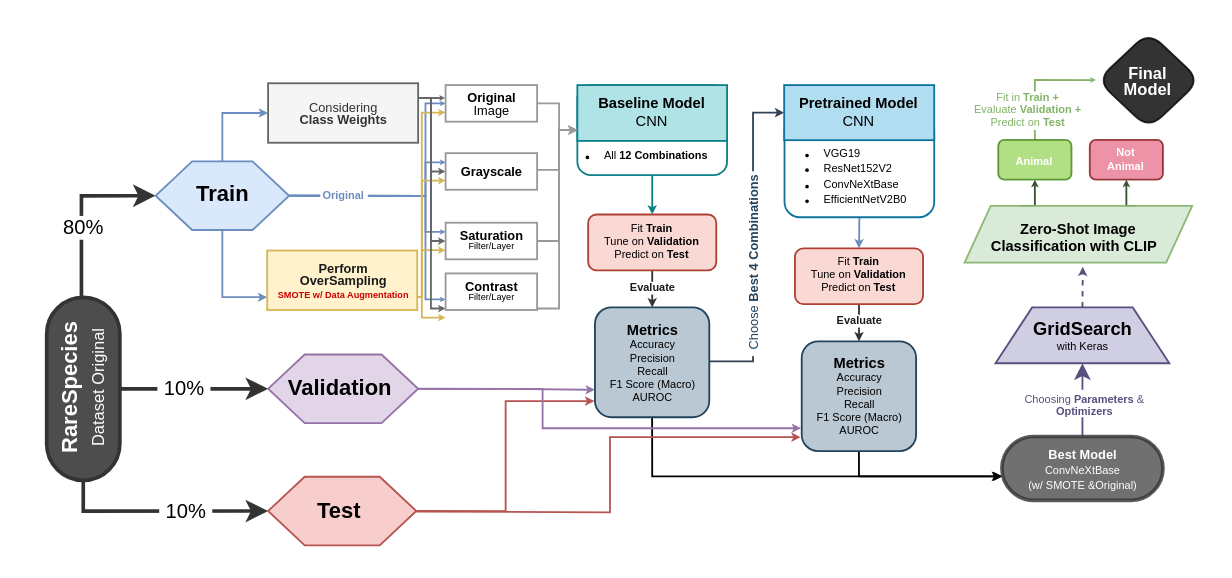
Above: ReportSchemas/DL_ModelingFlowchart_final.drawio.xml in Silvestre17/DL_RareSpecies_ImageClassification_MasterProject (draw.io), before the change. Source tidied: cells renumbered, new cells numbered last; positions are measured from the earlier drawing's top-left corner, leaving out a move shared by most shapes. Both pictures are drawn from the tidied source at 183%, with x=0, y=0 at pixel (-9, 31).
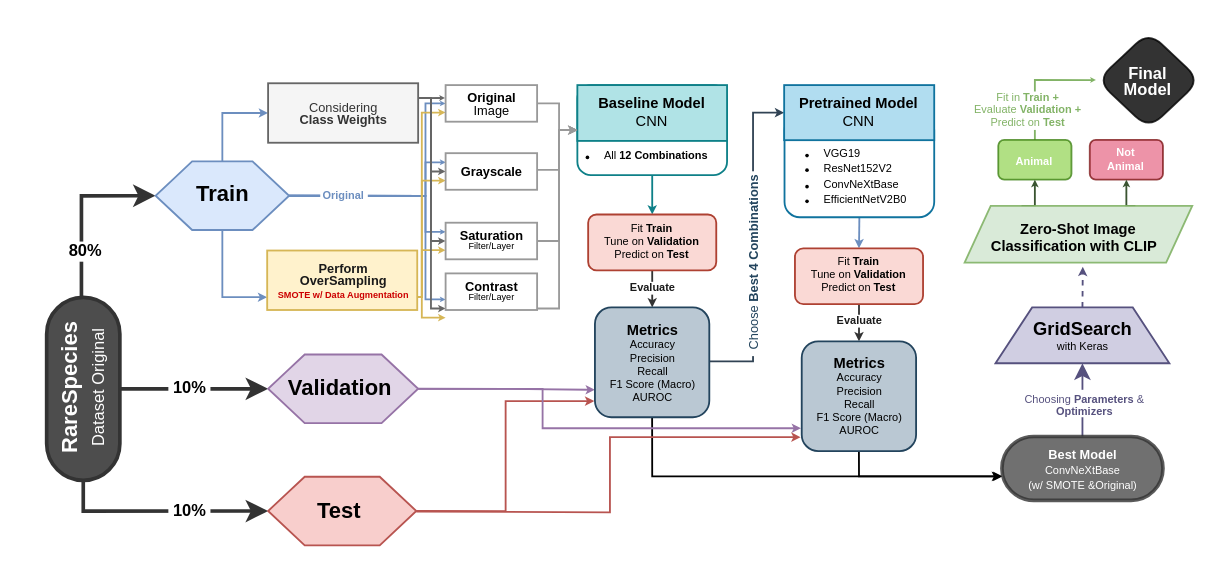
The same diagram, later.

The change refers to these unchanged cells:
```xml
<mxCell id="7" style="edgeStyle=orthogonalEdgeStyle;html=1;strokeColor=#333333;entryX=0;entryY=0.5;entryDx=0;entryDy=0;rounded=0;exitX=0.5;exitY=0.5;exitDx=0;exitDy=-20;exitPerimeter=0;dashed=0;strokeWidth=2;align=center;verticalAlign=middle;fontFamily=Helvetica;fontSize=12;fontColor=#FFFFFF;fillColor=#4D4D4D;" parent="1" edge="1" source="13" target="20">
  <mxGeometry relative="1" as="geometry">
    <Array as="points">
      <mxPoint x="49" y="195" />
      <mxPoint x="49" y="89" />
      <mxPoint x="90" y="89" />
    </Array>
  </mxGeometry>
</mxCell>
<mxCell id="9" style="edgeStyle=orthogonalEdgeStyle;rounded=0;html=1;exitX=0.5;exitY=0.5;exitDx=0;exitDy=20;exitPerimeter=0;entryX=0;entryY=0.5;entryDx=0;entryDy=0;strokeColor=#333333;dashed=0;strokeWidth=2;align=center;verticalAlign=middle;fontFamily=Helvetica;fontSize=12;fontColor=#FFFFFF;labelBackgroundColor=default;endArrow=classic;curved=0;fillColor=#4D4D4D;" parent="1" edge="1" source="13" target="22">
  <mxGeometry relative="1" as="geometry" />
</mxCell>
<mxCell id="11" style="edgeStyle=orthogonalEdgeStyle;html=1;exitX=0;exitY=0.5;exitDx=0;exitDy=0;exitPerimeter=0;entryX=0;entryY=0.5;entryDx=0;entryDy=0;rounded=0;curved=0;dashed=0;strokeColor=#333333;strokeWidth=2;align=center;verticalAlign=middle;fontFamily=Helvetica;fontSize=12;fontColor=#FFFFFF;fillColor=#4D4D4D;" parent="1" edge="1" source="13" target="39">
  <mxGeometry relative="1" as="geometry" />
</mxCell>
```

What changed in the source:
```diff
@@
-    <mxCell id="8" value="80%" style="edgeLabel;html=1;align=center;verticalAlign=middle;fontFamily=Helvetica;fontSize=11;fontColor=default;labelBackgroundColor=default;fillColor=none;gradientColor=none;" parent="7" vertex="1">
-      <mxGeometry x="0.31" relative="1" as="geometry" />
+    <mxCell id="8" value="80%" style="edgeLabel;html=1;align=center;verticalAlign=middle;fontFamily=Helvetica;fontSize=9;fontColor=default;labelBackgroundColor=default;fillColor=none;gradientColor=none;fontStyle=1;" parent="7" vertex="1">
+      <mxGeometry x="0.31" relative="1" as="geometry">
+        <mxPoint x="1" y="13" as="offset" />
+      </mxGeometry>
     </mxCell>
@@
-    <mxCell id="10" value="&amp;nbsp;10%&amp;nbsp;" style="edgeLabel;html=1;align=center;verticalAlign=middle;fontFamily=Helvetica;fontSize=11;fontColor=default;labelBackgroundColor=default;fillColor=none;gradientColor=none;" parent="9" vertex="1">
-      <mxGeometry x="-0.14" relative="1" as="geometry" />
+    <mxCell id="10" value="&amp;nbsp;10%&amp;nbsp;" style="edgeLabel;html=1;align=center;verticalAlign=middle;fontFamily=Helvetica;fontSize=9;fontColor=default;labelBackgroundColor=default;fillColor=none;gradientColor=none;fontStyle=1;" parent="9" vertex="1">
+      <mxGeometry x="-0.14" relative="1" as="geometry">
+        <mxPoint x="3" as="offset" />
+      </mxGeometry>
     </mxCell>
@@
-    <mxCell id="12" value="&amp;nbsp;10%&amp;nbsp;" style="edgeLabel;html=1;align=center;verticalAlign=middle;fontFamily=Helvetica;fontSize=11;fontColor=default;labelBackgroundColor=default;fillColor=none;gradientColor=none;" parent="11" vertex="1">
-      <mxGeometry x="0.23" relative="1" as="geometry" />
+    <mxCell id="12" value="&amp;nbsp;10%&amp;nbsp;" style="edgeLabel;html=1;align=center;verticalAlign=middle;fontFamily=Helvetica;fontSize=9;fontColor=default;labelBackgroundColor=default;fillColor=none;gradientColor=none;fontStyle=1;" parent="11" vertex="1">
+      <mxGeometry x="0.23" relative="1" as="geometry">
+        <mxPoint x="2" as="offset" />
+      </mxGeometry>
     </mxCell>
```
